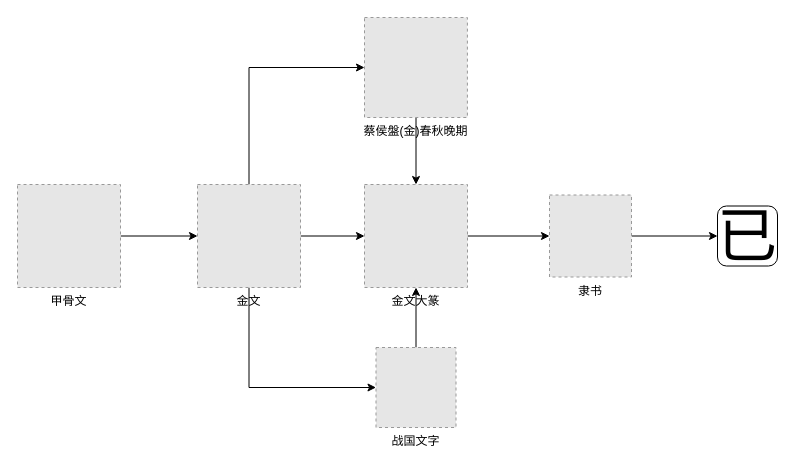
Above: page "已" (2 of 3) of diagram/sound_yi.drawio in GongLongDong/ChineseOrigin (draw.io), before the change. Source tidied: cells renumbered, new cells numbered last; positions are measured from the earlier drawing's top-left corner, leaving out a move shared by most shapes. Both pictures are drawn from the tidied source at 100%, with x=0, y=0 at pixel (17, 17). Pictures stored in the file or linked from it are replaced by grey dashed boxes.
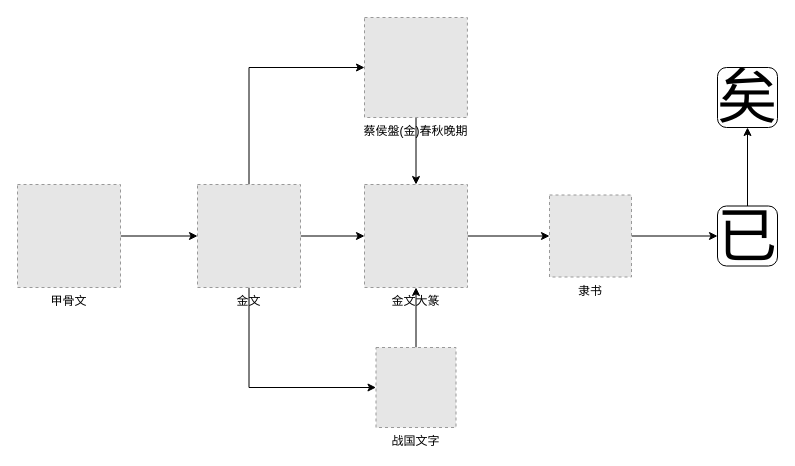
The same page after the edit.

The edit, as a diff of the source:
```diff
@@
 <mxGraphModel>
   <root>
     <mxCell id="0" />
     <mxCell id="1" parent="0" />
     <mxCell id="2" style="edgeStyle=orthogonalEdgeStyle;rounded=0;jettySize=auto;html=1;" parent="1" edge="1" source="5" target="12">
       <mxGeometry relative="1" as="geometry" />
     </mxCell>
     <mxCell id="3" style="edgeStyle=orthogonalEdgeStyle;rounded=0;jettySize=auto;html=1;exitX=0.5;exitY=0;exitDx=0;exitDy=0;entryX=0;entryY=0.5;entryDx=0;entryDy=0;" parent="1" edge="1" source="5" target="14">
       <mxGeometry relative="1" as="geometry" />
     </mxCell>
     <mxCell id="4" style="edgeStyle=orthogonalEdgeStyle;rounded=0;jettySize=auto;html=1;entryX=0;entryY=0.5;entryDx=0;entryDy=0;exitX=0.5;exitY=1;exitDx=0;exitDy=0;" parent="1" edge="1" source="5" target="16">
       <mxGeometry relative="1" as="geometry" />
     </mxCell>
     <mxCell id="5" value="金文" style="fillColor=#E6E6E6;strokeColor=#999999;dashed=1;verticalLabelPosition=bottom;verticalAlign=top;" parent="1" vertex="1">
       <mxGeometry x="180" y="167" width="103" height="103" as="geometry" />
     </mxCell>
+    <mxCell id="17" style="edgeStyle=orthogonalEdgeStyle;rounded=0;jettySize=auto;html=1;" parent="1" edge="1" source="6" target="18">
+      <mxGeometry relative="1" as="geometry" />
+    </mxCell>
     <mxCell id="6" value="&lt;span style=&quot;font-size: 60px&quot;&gt;已&lt;/span&gt;" style="rounded=1;whiteSpace=wrap;html=1;" parent="1" vertex="1">
       <mxGeometry x="700" y="188.5" width="60" height="60" as="geometry" />
     </mxCell>
     <mxCell id="7" style="edgeStyle=orthogonalEdgeStyle;rounded=0;jettySize=auto;html=1;entryX=0;entryY=0.5;entryDx=0;entryDy=0;" parent="1" edge="1" source="8" target="6">
       <mxGeometry relative="1" as="geometry" />
     </mxCell>
     <mxCell id="8" value="隶书" style="fillColor=#E6E6E6;strokeColor=#999999;dashed=1;verticalLabelPosition=bottom;verticalAlign=top;" parent="1" vertex="1">
       <mxGeometry x="532" y="177.5" width="82" height="82" as="geometry" />
     </mxCell>
     <mxCell id="9" style="edgeStyle=orthogonalEdgeStyle;rounded=0;jettySize=auto;html=1;entryX=0;entryY=0.5;entryDx=0;entryDy=0;" parent="1" edge="1" source="10" target="5">
       <mxGeometry relative="1" as="geometry" />
     </mxCell>
     <mxCell id="10" value="甲骨文" style="fillColor=#E6E6E6;strokeColor=#999999;dashed=1;verticalLabelPosition=bottom;verticalAlign=top;" parent="1" vertex="1">
       <mxGeometry y="167" width="103" height="103" as="geometry" />
     </mxCell>
     <mxCell id="11" style="edgeStyle=orthogonalEdgeStyle;rounded=0;jettySize=auto;html=1;" parent="1" edge="1" source="12" target="8">
       <mxGeometry relative="1" as="geometry" />
     </mxCell>
     <mxCell id="12" value="金文大篆" style="fillColor=#E6E6E6;strokeColor=#999999;dashed=1;verticalLabelPosition=bottom;verticalAlign=top;" parent="1" vertex="1">
       <mxGeometry x="347" y="167" width="103" height="103" as="geometry" />
     </mxCell>
     <mxCell id="13" style="edgeStyle=orthogonalEdgeStyle;rounded=0;jettySize=auto;html=1;entryX=0.5;entryY=0;entryDx=0;entryDy=0;" parent="1" edge="1" source="14" target="12">
       <mxGeometry relative="1" as="geometry" />
     </mxCell>
     <mxCell id="14" value="蔡侯盤(金)春秋晚期" style="fillColor=#E6E6E6;strokeColor=#999999;dashed=1;verticalLabelPosition=bottom;verticalAlign=top;" parent="1" vertex="1">
       <mxGeometry x="347" width="102.9" height="100" as="geometry" />
     </mxCell>
     <mxCell id="15" style="edgeStyle=orthogonalEdgeStyle;rounded=0;jettySize=auto;html=1;entryX=0.5;entryY=1;entryDx=0;entryDy=0;" parent="1" edge="1" source="16" target="12">
       <mxGeometry relative="1" as="geometry" />
     </mxCell>
     <mxCell id="16" value="战国文字&#10;&#10;" style="fillColor=#E6E6E6;strokeColor=#999999;dashed=1;verticalLabelPosition=bottom;verticalAlign=top;" parent="1" vertex="1">
       <mxGeometry x="358.5" y="330" width="80" height="80" as="geometry" />
     </mxCell>
+    <mxCell id="18" value="&lt;span style=&quot;font-size: 60px&quot;&gt;矣&lt;/span&gt;" style="rounded=1;whiteSpace=wrap;html=1;" parent="1" vertex="1">
+      <mxGeometry x="700" y="50" width="60" height="60" as="geometry" />
+    </mxCell>
   </root>
 </mxGraphModel>
```
